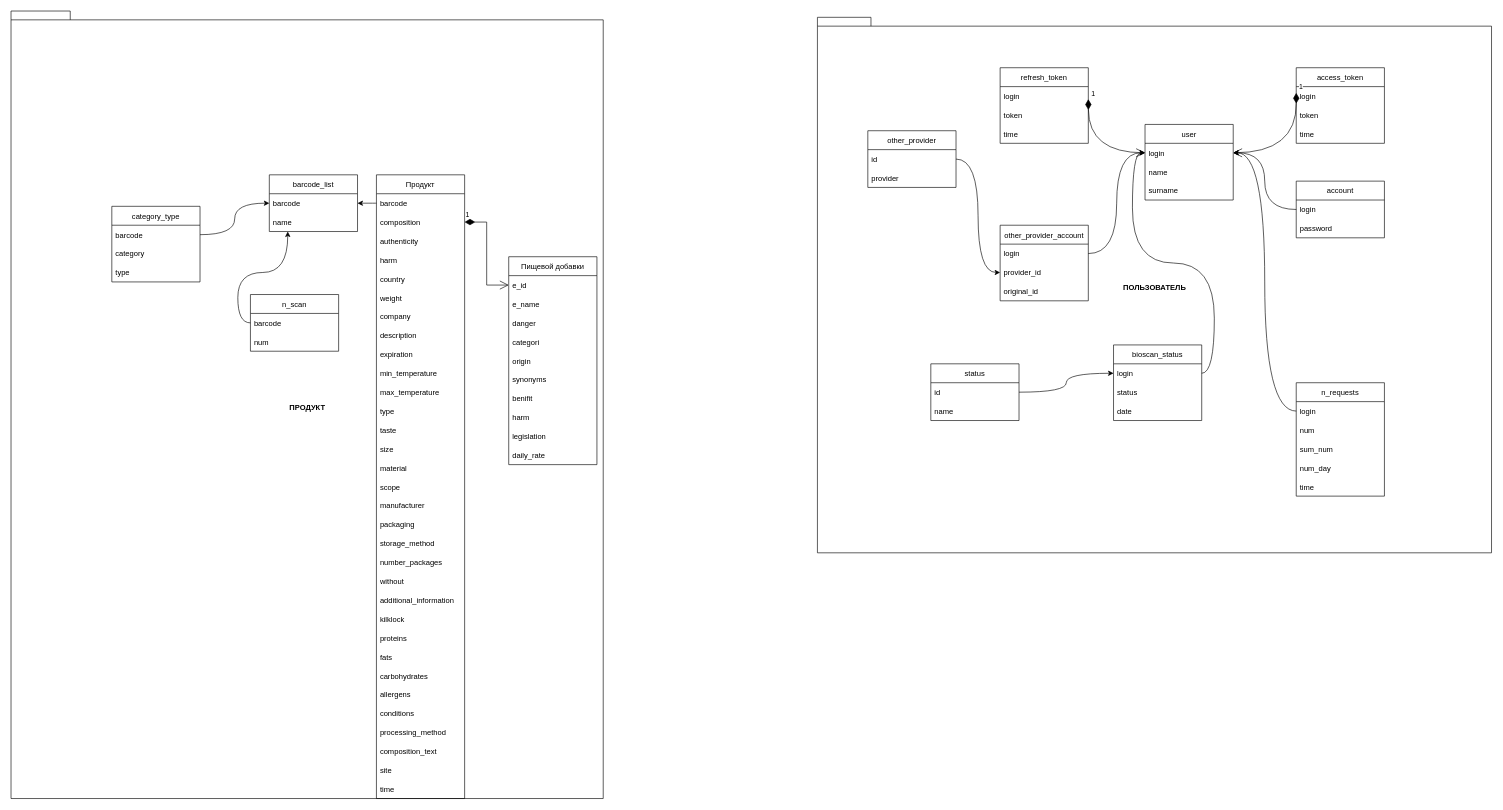
Before: 4_course/МиСПИС/MPO.drawio in tedmon1998/ISiT, a draw.io diagram. Source tidied: cells renumbered, new cells numbered last; positions are measured from the earlier drawing's top-left corner, leaving out a move shared by most shapes. Both pictures are drawn from the tidied source at 63%, with x=0, y=0 at pixel (11, 11).
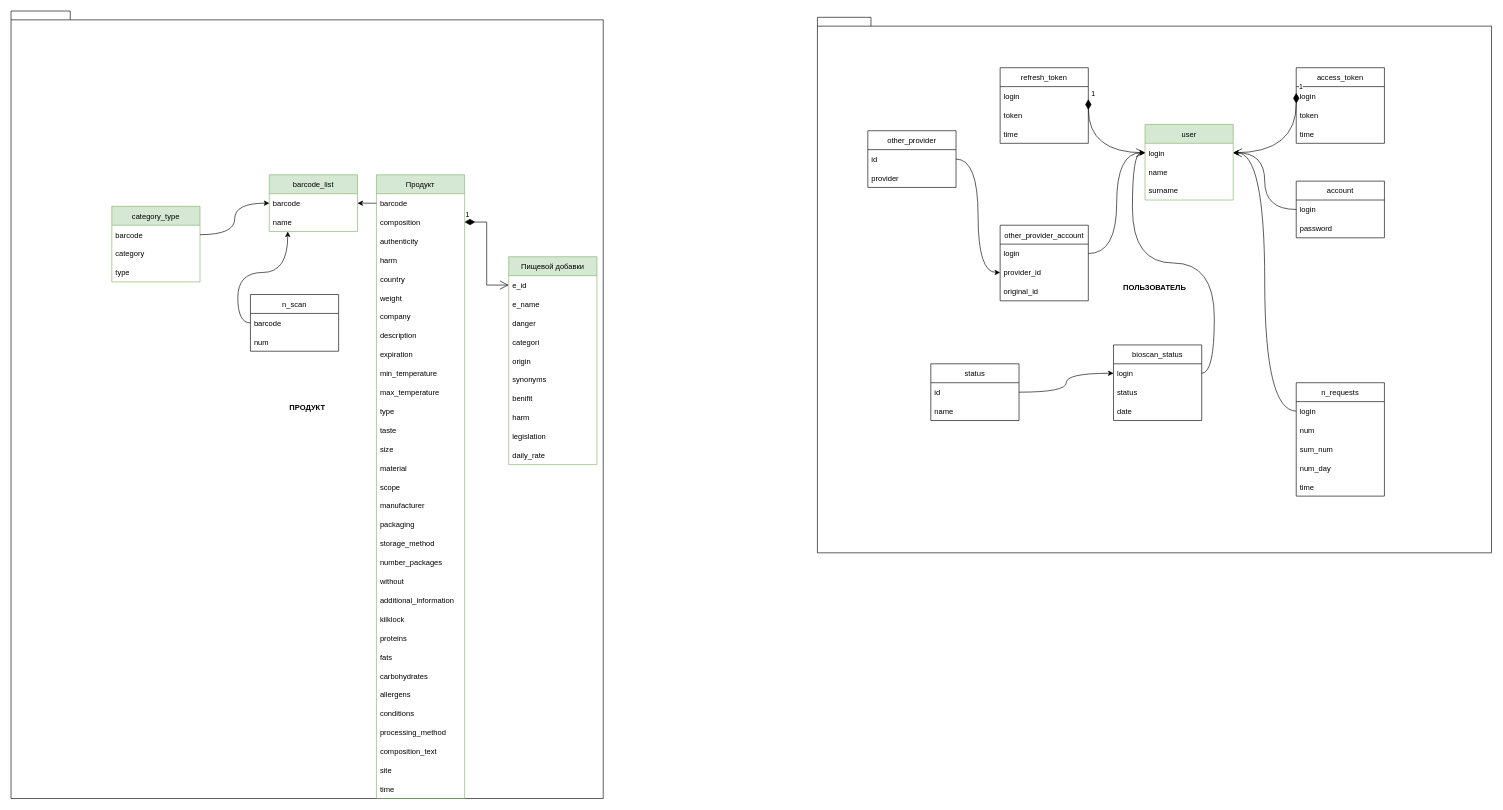
The same diagram, later.

What changed in the source:
```diff
@@
-    <mxCell id="4" value="Продукт" style="swimlane;fontStyle=0;horizontal=1;startSize=30;" parent="1" vertex="1">
+    <mxCell id="4" value="Продукт" style="swimlane;fontStyle=0;horizontal=1;startSize=30;fillColor=#d5e8d4;strokeColor=#82b366;" parent="1" vertex="1">
       <mxGeometry x="580" y="260" width="140" height="990" as="geometry" />
     </mxCell>
@@
-    <mxCell id="37" value="Пищевой добавки" style="swimlane;fontStyle=0;horizontal=1;startSize=30;" parent="1" vertex="1">
+    <mxCell id="37" value="Пищевой добавки" style="swimlane;fontStyle=0;horizontal=1;startSize=30;fillColor=#d5e8d4;strokeColor=#82b366;" parent="1" vertex="1">
       <mxGeometry x="790" y="390" width="140" height="330" as="geometry" />
     </mxCell>
@@
-    <mxCell id="48" value="barcode_list" style="swimlane;fontStyle=0;horizontal=1;startSize=30;" parent="1" vertex="1">
+    <mxCell id="48" value="barcode_list" style="swimlane;fontStyle=0;horizontal=1;startSize=30;fillColor=#d5e8d4;strokeColor=#82b366;" parent="1" vertex="1">
       <mxGeometry x="410" y="260" width="140" height="90" as="geometry" />
     </mxCell>
@@
-    <mxCell id="55" value="category_type" style="swimlane;fontStyle=0;horizontal=1;startSize=30;" parent="1" vertex="1">
+    <mxCell id="55" value="category_type" style="swimlane;fontStyle=0;horizontal=1;startSize=30;fillColor=#d5e8d4;strokeColor=#82b366;" parent="1" vertex="1">
       <mxGeometry x="160" y="310" width="140" height="120" as="geometry" />
     </mxCell>
@@
-    <mxCell id="59" value="user" style="swimlane;fontStyle=0;horizontal=1;startSize=30;" parent="1" vertex="1">
+    <mxCell id="59" value="user" style="swimlane;fontStyle=0;horizontal=1;startSize=30;fillColor=#d5e8d4;strokeColor=#82b366;" parent="1" vertex="1">
       <mxGeometry x="1800" y="180" width="140" height="120" as="geometry" />
     </mxCell>
```
